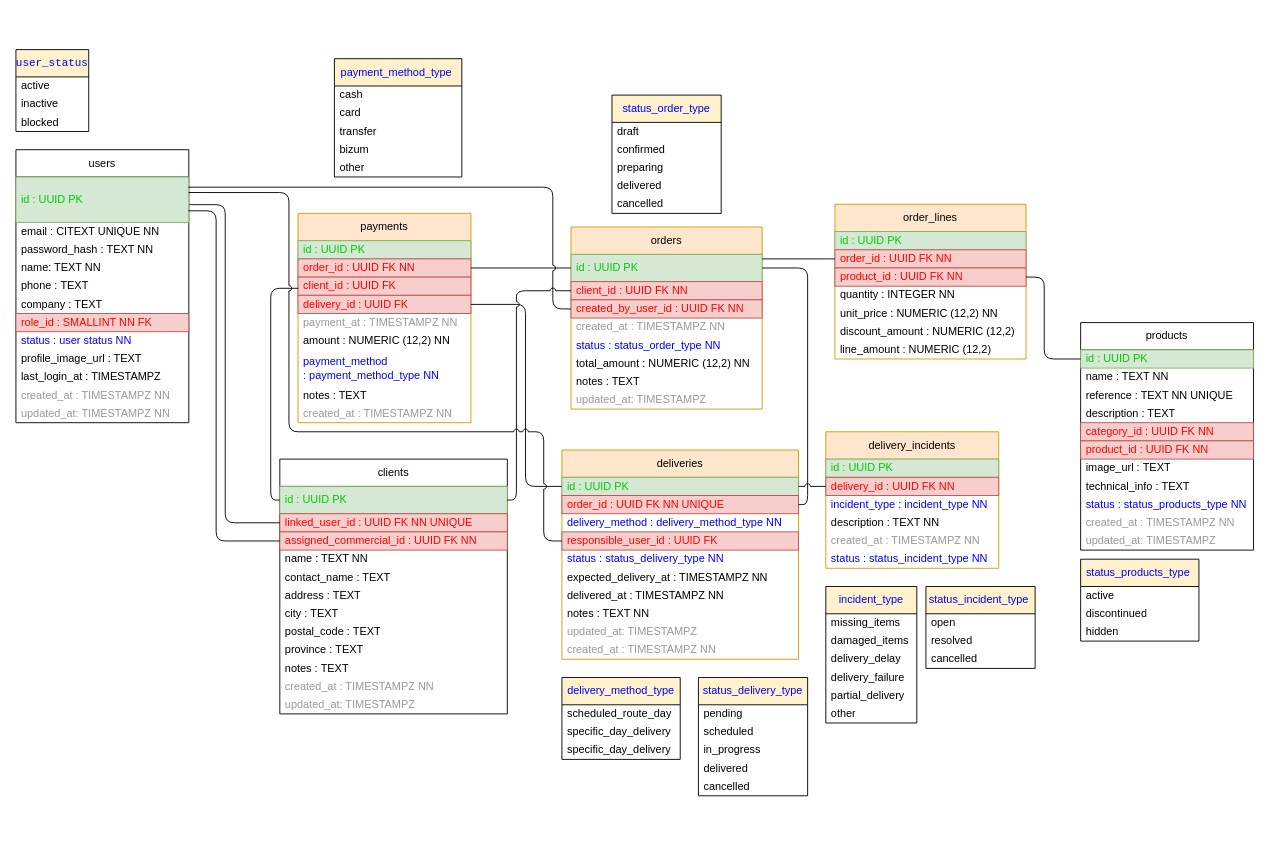
This is docs/docs/figures/UML/MCD/M4_BD.drawio from MadaoSurmanito/app-tfg, a draw.io file, before an edit. Source tidied: cells renumbered, new cells numbered last; positions are measured from the earlier drawing's top-left corner, leaving out a move shared by most shapes. Both pictures are drawn from the tidied source at 91%, with x=0, y=0 at pixel (15, 22).
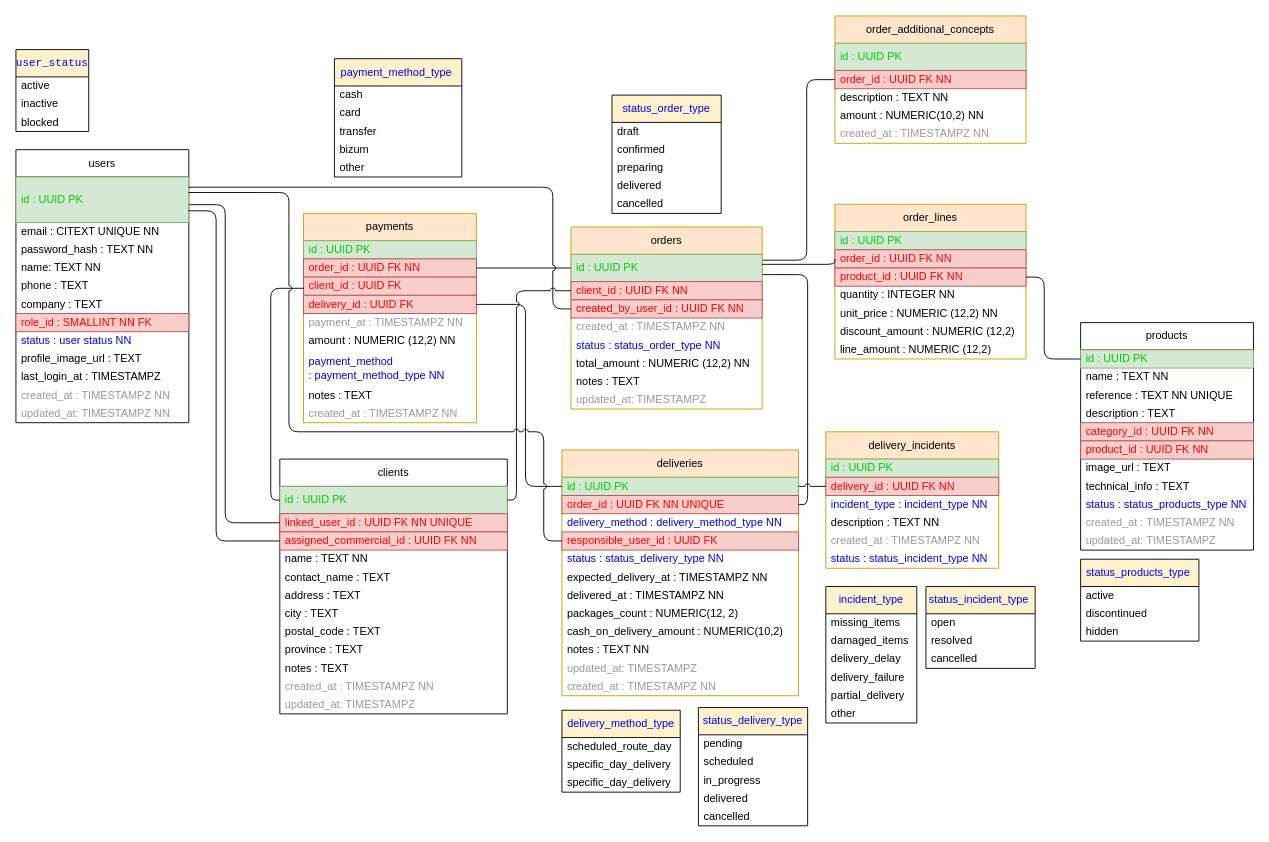
The same page after the edit.

Unchanged cells that the change refers to:
```xml
<mxCell id="48" value="&lt;font color=&quot;#00cc00&quot;&gt;id : UUID PK&lt;/font&gt;" style="text;strokeColor=#82b366;fillColor=#d5e8d4;align=left;verticalAlign=middle;spacingLeft=4;spacingRight=4;overflow=hidden;points=[[0,0.5],[1,0.5]];portConstraint=eastwest;whiteSpace=wrap;html=1;" parent="47" vertex="1">
  <mxGeometry y="30" width="210" height="30" as="geometry" />
</mxCell>
<mxCell id="58" value="&lt;font color=&quot;#ff0000&quot;&gt;order_id : UUID FK NN&lt;/font&gt;" style="text;strokeColor=#b85450;fillColor=#f8cecc;align=left;verticalAlign=middle;spacingLeft=4;spacingRight=4;overflow=hidden;points=[[0,0.5],[1,0.5]];portConstraint=eastwest;whiteSpace=wrap;html=1;" parent="56" vertex="1">
  <mxGeometry y="50" width="210" height="20" as="geometry" />
</mxCell>
<mxCell id="66" value="&lt;font color=&quot;#ff0000&quot;&gt;order_id : UUID FK NN UNIQUE&lt;/font&gt;" style="text;strokeColor=#b85450;fillColor=#f8cecc;align=left;verticalAlign=middle;spacingLeft=4;spacingRight=4;overflow=hidden;points=[[0,0.5],[1,0.5]];portConstraint=eastwest;whiteSpace=wrap;html=1;" parent="64" vertex="1">
  <mxGeometry y="50" width="260" height="20" as="geometry" />
</mxCell>
```

Diff of the diagram source:
```diff
@@
     <mxCell id="64" value="deliveries" style="swimlane;fontStyle=0;horizontal=1;startSize=30;whiteSpace=wrap;html=1;fillColor=#ffe6cc;strokeColor=#d79b00;" parent="1" vertex="1">
-      <mxGeometry x="600" y="470" width="260" height="230" as="geometry" />
+      <mxGeometry x="600" y="470" width="260" height="270" as="geometry" />
     </mxCell>
@@
+    <mxCell id="139" value="packages_count : NUMERIC(12, 2)" style="text;strokeColor=none;fillColor=none;align=left;verticalAlign=middle;spacingLeft=4;spacingRight=4;overflow=hidden;whiteSpace=wrap;html=1;" parent="64" vertex="1">
+      <mxGeometry y="170" width="260" height="20" as="geometry" />
+    </mxCell>
+    <mxCell id="140" value="cash_on_delivery_amount :&amp;nbsp;NUMERIC(10,2)" style="text;strokeColor=none;fillColor=none;align=left;verticalAlign=middle;spacingLeft=4;spacingRight=4;overflow=hidden;whiteSpace=wrap;html=1;" parent="64" vertex="1">
+      <mxGeometry y="190" width="260" height="20" as="geometry" />
+    </mxCell>
     <mxCell id="72" value="notes : TEXT NN" style="text;strokeColor=none;fillColor=none;align=left;verticalAlign=middle;spacingLeft=4;spacingRight=4;overflow=hidden;whiteSpace=wrap;html=1;" parent="64" vertex="1">
-      <mxGeometry y="170" width="260" height="20" as="geometry" />
+      <mxGeometry y="210" width="260" height="20" as="geometry" />
     </mxCell>
     <mxCell id="73" value="updated_at: TIMESTAMPZ" style="text;strokeColor=none;fillColor=none;align=left;verticalAlign=middle;spacingLeft=4;spacingRight=4;overflow=hidden;whiteSpace=wrap;html=1;fontColor=#999999;" parent="64" vertex="1">
-      <mxGeometry y="190" width="260" height="20" as="geometry" />
+      <mxGeometry y="230" width="260" height="20" as="geometry" />
     </mxCell>
     <mxCell id="74" value="created_at : TIMESTAMPZ NN" style="text;strokeColor=none;fillColor=none;align=left;verticalAlign=middle;spacingLeft=4;spacingRight=4;overflow=hidden;whiteSpace=wrap;html=1;fontColor=#999999;" parent="64" vertex="1">
-      <mxGeometry y="210" width="260" height="20" as="geometry" />
+      <mxGeometry y="250" width="260" height="20" as="geometry" />
     </mxCell>
@@
     <mxCell id="82" value="payments" style="swimlane;fontStyle=0;horizontal=1;startSize=30;whiteSpace=wrap;html=1;fillColor=#ffe6cc;strokeColor=#d79b00;" parent="1" vertex="1">
-      <mxGeometry x="310" y="210" width="190" height="230" as="geometry" />
+      <mxGeometry x="316" y="210" width="190" height="230" as="geometry" />
     </mxCell>
@@
-    <mxCell id="98" style="edgeStyle=orthogonalEdgeStyle;html=1;exitX=1;exitY=0.5;exitDx=0;exitDy=0;entryX=1;entryY=0.5;entryDx=0;entryDy=0;endArrow=none;endFill=0;jumpStyle=arc;" parent="1" edge="1" source="66" target="48">
+    <mxCell id="98" style="edgeStyle=orthogonalEdgeStyle;html=1;exitX=1;exitY=0.5;exitDx=0;exitDy=0;entryX=1.001;entryY=0.742;entryDx=0;entryDy=0;endArrow=none;endFill=0;jumpStyle=arc;entryPerimeter=0;" parent="1" edge="1" source="66" target="48">
       <mxGeometry relative="1" as="geometry">
         <Array as="points">
           <mxPoint x="870" y="530" />
-          <mxPoint x="870" y="270" />
+          <mxPoint x="870" y="277" />
+          <mxPoint x="820" y="277" />
         </Array>
       </mxGeometry>
     </mxCell>
@@
     <mxCell id="100" style="edgeStyle=orthogonalEdgeStyle;html=1;exitX=0;exitY=0.5;exitDx=0;exitDy=0;endArrow=none;endFill=0;" parent="1" edge="1" source="58">
       <mxGeometry relative="1" as="geometry">
-        <mxPoint x="820" y="260" as="targetPoint" />
+        <mxPoint x="821" y="266" as="targetPoint" />
         <Array as="points">
-          <mxPoint x="890" y="260" />
-          <mxPoint x="890" y="260" />
+          <mxPoint x="900" y="266" />
+          <mxPoint x="819" y="266" />
         </Array>
       </mxGeometry>
     </mxCell>
@@
     <mxCell id="129" value="&lt;span style=&quot;text-align: left;&quot;&gt;&lt;font style=&quot;color: rgb(0, 0, 255);&quot;&gt;status_delivery_type&lt;/font&gt;&lt;/span&gt;" style="swimlane;fontStyle=0;horizontal=1;startSize=30;whiteSpace=wrap;html=1;fillColor=#fff2cc;" parent="1" vertex="1">
-      <mxGeometry x="750" y="720" width="120" height="130" as="geometry" />
+      <mxGeometry x="750" y="753" width="120" height="130" as="geometry" />
     </mxCell>
@@
     <mxCell id="135" value="&lt;span style=&quot;color: rgb(0, 0, 255); text-align: left;&quot;&gt;delivery_method_type&lt;/span&gt;" style="swimlane;fontStyle=0;horizontal=1;startSize=30;whiteSpace=wrap;html=1;fillColor=#fff2cc;" parent="1" vertex="1">
-      <mxGeometry x="600" y="720" width="130" height="90" as="geometry" />
+      <mxGeometry x="600" y="756" width="130" height="90" as="geometry" />
     </mxCell>
@@
+    <mxCell id="141" value="order_additional_concepts" style="swimlane;fontStyle=0;horizontal=1;startSize=30;whiteSpace=wrap;html=1;fillColor=#ffe6cc;strokeColor=#d79b00;" parent="1" vertex="1">
+      <mxGeometry x="900" y="-7" width="210" height="140" as="geometry" />
+    </mxCell>
+    <mxCell id="142" value="&lt;font color=&quot;#00cc00&quot;&gt;id : UUID PK&lt;/font&gt;" style="text;strokeColor=#82b366;fillColor=#d5e8d4;align=left;verticalAlign=middle;spacingLeft=4;spacingRight=4;overflow=hidden;whiteSpace=wrap;html=1;" parent="141" vertex="1">
+      <mxGeometry y="30" width="210" height="30" as="geometry" />
+    </mxCell>
+    <mxCell id="143" style="edgeStyle=orthogonalEdgeStyle;html=1;exitX=0;exitY=0.5;exitDx=0;exitDy=0;endArrow=none;endFill=0;" parent="141" edge="1" source="144">
+      <mxGeometry relative="1" as="geometry">
+        <mxPoint x="-79.3" y="268.4" as="targetPoint" />
+        <Array as="points">
+          <mxPoint x="-31" y="70" />
+          <mxPoint x="-31" y="268" />
+        </Array>
+      </mxGeometry>
+    </mxCell>
+    <mxCell id="144" value="&lt;font color=&quot;#ff0000&quot;&gt;order_id : UUID FK NN&lt;/font&gt;" style="text;strokeColor=#b85450;fillColor=#f8cecc;align=left;verticalAlign=middle;spacingLeft=4;spacingRight=4;overflow=hidden;points=[[0,0.5],[1,0.5]];portConstraint=eastwest;whiteSpace=wrap;html=1;" parent="141" vertex="1">
+      <mxGeometry y="60" width="210" height="20" as="geometry" />
+    </mxCell>
+    <mxCell id="145" value="description : TEXT NN" style="text;strokeColor=none;fillColor=none;align=left;verticalAlign=middle;spacingLeft=4;spacingRight=4;overflow=hidden;whiteSpace=wrap;html=1;" parent="141" vertex="1">
+      <mxGeometry y="80" width="210" height="20" as="geometry" />
+    </mxCell>
+    <mxCell id="146" value="amount : NUMERIC(10,2) NN" style="text;strokeColor=none;fillColor=none;align=left;verticalAlign=middle;spacingLeft=4;spacingRight=4;overflow=hidden;whiteSpace=wrap;html=1;" parent="141" vertex="1">
+      <mxGeometry y="100" width="210" height="20" as="geometry" />
+    </mxCell>
+    <mxCell id="147" value="created_at : TIMESTAMPZ NN" style="text;strokeColor=none;fillColor=none;align=left;verticalAlign=middle;spacingLeft=4;spacingRight=4;overflow=hidden;whiteSpace=wrap;html=1;fontColor=#999999;" parent="141" vertex="1">
+      <mxGeometry y="120" width="210" height="20" as="geometry" />
+    </mxCell>
```
